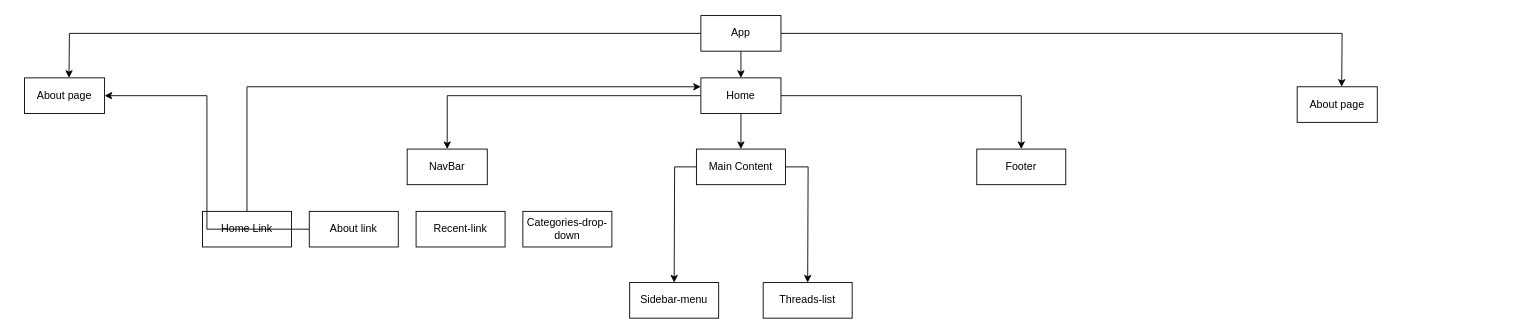
Above: Biểu đồ không có tiêu đề2.drawio in minhduc1222/code_learn (draw.io), before the change. Source tidied: cells renumbered, new cells numbered last; positions are measured from the earlier drawing's top-left corner, leaving out a move shared by most shapes. Both pictures are drawn from the tidied source at 89%, with x=0, y=0 at pixel (24, 15).
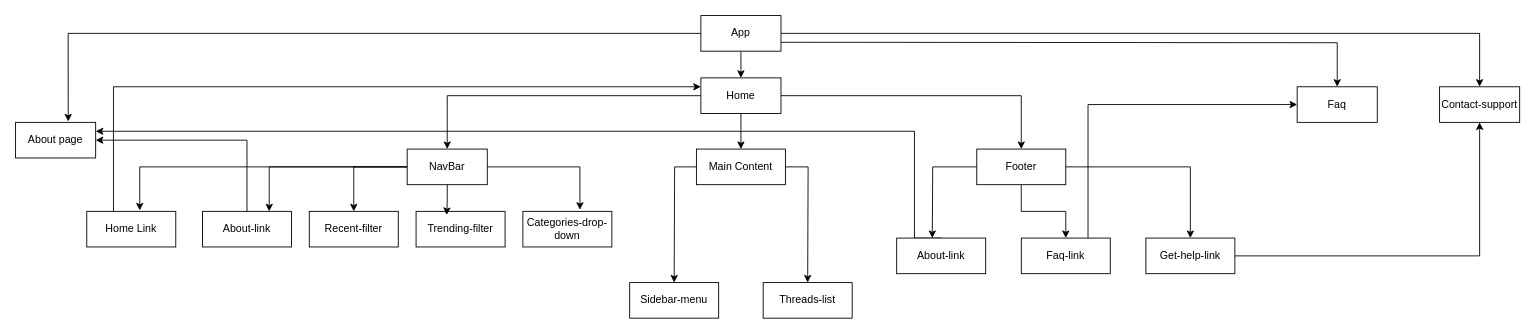
The same diagram, later.

Commit message (it also covers changes not shown here):
Cập nhật Biểu đồ không có tiêu đề2.drawio

Unchanged cells that the change refers to:
```xml
<mxCell id="5" value="Home" style="rounded=0;whiteSpace=wrap;html=1;" parent="1" vertex="1">
  <mxGeometry x="760" y="70" width="90" height="40" as="geometry" />
</mxCell>
<mxCell id="6" value="NavBar" style="rounded=0;whiteSpace=wrap;html=1;" parent="1" vertex="1">
  <mxGeometry x="430" y="150" width="90" height="40" as="geometry" />
</mxCell>
<mxCell id="10" value="App" style="rounded=0;whiteSpace=wrap;html=1;" parent="1" vertex="1">
  <mxGeometry x="760" width="90" height="40" as="geometry" />
</mxCell>
<mxCell id="13" value="Categories-drop-down" style="rounded=0;whiteSpace=wrap;html=1;" parent="1" vertex="1">
  <mxGeometry x="560" y="220" width="100" height="40" as="geometry" />
</mxCell>
<mxCell id="20" value="Footer" style="rounded=0;whiteSpace=wrap;html=1;" parent="1" vertex="1">
  <mxGeometry x="1070" y="150" width="100" height="40" as="geometry" />
</mxCell>
```

The edit, as a diff of the source:
```diff
@@
+    <mxCell id="25" style="edgeStyle=orthogonalEdgeStyle;rounded=0;jettySize=auto;html=1;entryX=0.75;entryY=0;entryDx=0;entryDy=0;" parent="1" edge="1" source="6" target="16">
+      <mxGeometry relative="1" as="geometry" />
+    </mxCell>
+    <mxCell id="26" style="edgeStyle=orthogonalEdgeStyle;rounded=0;jettySize=auto;html=1;entryX=0.5;entryY=0;entryDx=0;entryDy=0;" parent="1" edge="1" source="6" target="14">
+      <mxGeometry relative="1" as="geometry" />
+    </mxCell>
@@
-    <mxCell id="8" style="edgeStyle=orthogonalEdgeStyle;rounded=0;jettySize=auto;html=1;" parent="1" edge="1" source="10">
-      <mxGeometry relative="1" as="geometry">
-        <mxPoint x="50" y="70" as="targetPoint" />
-      </mxGeometry>
+    <mxCell id="8" style="edgeStyle=orthogonalEdgeStyle;rounded=0;jettySize=auto;html=1;entryX=0.657;entryY=-0.024;entryDx=0;entryDy=0;entryPerimeter=0;" parent="1" edge="1" source="10" target="23">
+      <mxGeometry relative="1" as="geometry" />
     </mxCell>
-    <mxCell id="9" style="edgeStyle=orthogonalEdgeStyle;rounded=0;jettySize=auto;html=1;" parent="1" edge="1" source="10">
+    <mxCell id="9" style="edgeStyle=orthogonalEdgeStyle;rounded=0;jettySize=auto;html=1;entryX=0.5;entryY=0;entryDx=0;entryDy=0;" parent="1" edge="1" target="24">
       <mxGeometry relative="1" as="geometry">
-        <mxPoint x="1480" y="80" as="targetPoint" />
+        <mxPoint x="850" y="30" as="sourcePoint" />
       </mxGeometry>
     </mxCell>
@@
-    <mxCell id="11" style="rounded=0;jettySize=auto;html=1;entryX=0;entryY=0.25;entryDx=0;entryDy=0;" parent="1" edge="1" source="12" target="5">
-      <mxGeometry relative="1" as="geometry">
-        <Array as="points">
-          <mxPoint x="250" y="80" />
-        </Array>
-      </mxGeometry>
-    </mxCell>
+    <mxCell id="27" style="edgeStyle=orthogonalEdgeStyle;rounded=0;jettySize=auto;html=1;entryX=0;entryY=0.25;entryDx=0;entryDy=0;" parent="1" edge="1" target="5">
+      <mxGeometry relative="1" as="geometry">
+        <mxPoint x="100" y="220" as="sourcePoint" />
+        <Array as="points">
+          <mxPoint x="100" y="80" />
+        </Array>
+      </mxGeometry>
+    </mxCell>
     <mxCell id="12" value="Home Link" style="rounded=0;whiteSpace=wrap;html=1;" parent="1" vertex="1">
-      <mxGeometry x="200" y="220" width="100" height="40" as="geometry" />
+      <mxGeometry x="70" y="220" width="100" height="40" as="geometry" />
     </mxCell>
@@
-    <mxCell id="14" value="Recent-link" style="rounded=0;whiteSpace=wrap;html=1;" parent="1" vertex="1">
-      <mxGeometry x="440" y="220" width="100" height="40" as="geometry" />
+    <mxCell id="14" value="Recent-filter" style="rounded=0;whiteSpace=wrap;html=1;" parent="1" vertex="1">
+      <mxGeometry x="320" y="220" width="100" height="40" as="geometry" />
     </mxCell>
     <mxCell id="15" style="edgeStyle=orthogonalEdgeStyle;rounded=0;jettySize=auto;html=1;entryX=1;entryY=0.5;entryDx=0;entryDy=0;" parent="1" edge="1" source="16" target="23">
-      <mxGeometry relative="1" as="geometry" />
+      <mxGeometry relative="1" as="geometry">
+        <Array as="points">
+          <mxPoint x="250" y="140" />
+        </Array>
+      </mxGeometry>
     </mxCell>
-    <mxCell id="16" value="About link" style="rounded=0;whiteSpace=wrap;html=1;" parent="1" vertex="1">
-      <mxGeometry x="320" y="220" width="100" height="40" as="geometry" />
+    <mxCell id="16" value="About-link" style="rounded=0;whiteSpace=wrap;html=1;" parent="1" vertex="1">
+      <mxGeometry x="200" y="220" width="100" height="40" as="geometry" />
     </mxCell>
@@
+    <mxCell id="28" style="edgeStyle=orthogonalEdgeStyle;rounded=0;jettySize=auto;html=1;" parent="1" edge="1" source="20">
+      <mxGeometry relative="1" as="geometry">
+        <mxPoint x="1020" y="250" as="targetPoint" />
+      </mxGeometry>
+    </mxCell>
+    <mxCell id="29" style="edgeStyle=orthogonalEdgeStyle;rounded=0;jettySize=auto;html=1;" parent="1" edge="1" source="20" target="34">
+      <mxGeometry relative="1" as="geometry" />
+    </mxCell>
+    <mxCell id="30" style="edgeStyle=orthogonalEdgeStyle;rounded=0;jettySize=auto;html=1;entryX=0.5;entryY=0;entryDx=0;entryDy=0;" parent="1" edge="1" source="20" target="37">
+      <mxGeometry relative="1" as="geometry" />
+    </mxCell>
@@
     <mxCell id="23" value="About page" style="rounded=0;whiteSpace=wrap;html=1;" parent="1" vertex="1">
-      <mxGeometry y="70" width="90" height="40" as="geometry" />
+      <mxGeometry x="-10" y="120" width="90" height="40" as="geometry" />
     </mxCell>
-    <mxCell id="24" value="About page" style="rounded=0;whiteSpace=wrap;html=1;" parent="1" vertex="1">
+    <mxCell id="24" value="Faq" style="rounded=0;whiteSpace=wrap;html=1;" parent="1" vertex="1">
       <mxGeometry x="1430" y="80" width="90" height="40" as="geometry" />
     </mxCell>
+    <mxCell id="31" style="edgeStyle=orthogonalEdgeStyle;rounded=0;jettySize=auto;html=1;exitX=0.5;exitY=0;exitDx=0;exitDy=0;entryX=1;entryY=0.25;entryDx=0;entryDy=0;" parent="1" edge="1" source="32" target="23">
+      <mxGeometry relative="1" as="geometry">
+        <Array as="points">
+          <mxPoint x="1000" y="250" />
+          <mxPoint x="1000" y="130" />
+        </Array>
+      </mxGeometry>
+    </mxCell>
+    <mxCell id="32" value="About-link" style="rounded=0;whiteSpace=wrap;html=1;" parent="1" vertex="1">
+      <mxGeometry x="980" y="250" width="100" height="40" as="geometry" />
+    </mxCell>
+    <mxCell id="33" style="edgeStyle=orthogonalEdgeStyle;rounded=0;jettySize=auto;html=1;exitX=0.75;exitY=0;exitDx=0;exitDy=0;entryX=0;entryY=0.5;entryDx=0;entryDy=0;" parent="1" edge="1" source="34" target="24">
+      <mxGeometry relative="1" as="geometry" />
+    </mxCell>
+    <mxCell id="34" value="Faq-link" style="rounded=0;whiteSpace=wrap;html=1;" parent="1" vertex="1">
+      <mxGeometry x="1120" y="250" width="100" height="40" as="geometry" />
+    </mxCell>
+    <mxCell id="35" value="Trending-filter" style="rounded=0;whiteSpace=wrap;html=1;" parent="1" vertex="1">
+      <mxGeometry x="440" y="220" width="100" height="40" as="geometry" />
+    </mxCell>
+    <mxCell id="36" style="edgeStyle=orthogonalEdgeStyle;rounded=0;jettySize=auto;html=1;entryX=0.5;entryY=1;entryDx=0;entryDy=0;" parent="1" edge="1" source="37" target="39">
+      <mxGeometry relative="1" as="geometry" />
+    </mxCell>
+    <mxCell id="37" value="Get-help-link" style="rounded=0;whiteSpace=wrap;html=1;" parent="1" vertex="1">
+      <mxGeometry x="1260" y="250" width="100" height="40" as="geometry" />
+    </mxCell>
+    <mxCell id="38" style="edgeStyle=orthogonalEdgeStyle;rounded=0;jettySize=auto;html=1;exitX=1;exitY=0.5;exitDx=0;exitDy=0;" parent="1" edge="1" source="10" target="39">
+      <mxGeometry relative="1" as="geometry">
+        <Array as="points">
+          <mxPoint x="1635" y="20" />
+        </Array>
+      </mxGeometry>
+    </mxCell>
+    <mxCell id="39" value="Contact-support" style="rounded=0;whiteSpace=wrap;html=1;" parent="1" vertex="1">
+      <mxGeometry x="1590" y="80" width="90" height="40" as="geometry" />
+    </mxCell>
+    <mxCell id="40" style="edgeStyle=orthogonalEdgeStyle;rounded=0;jettySize=auto;html=1;entryX=0.595;entryY=-0.025;entryDx=0;entryDy=0;entryPerimeter=0;" parent="1" edge="1" source="6" target="12">
+      <mxGeometry relative="1" as="geometry" />
+    </mxCell>
+    <mxCell id="41" style="edgeStyle=orthogonalEdgeStyle;rounded=0;jettySize=auto;html=1;entryX=0.343;entryY=0.102;entryDx=0;entryDy=0;entryPerimeter=0;" parent="1" edge="1" source="6" target="35">
+      <mxGeometry relative="1" as="geometry" />
+    </mxCell>
+    <mxCell id="42" style="edgeStyle=orthogonalEdgeStyle;rounded=0;jettySize=auto;html=1;entryX=0.641;entryY=-0.043;entryDx=0;entryDy=0;entryPerimeter=0;" parent="1" edge="1" source="6" target="13">
+      <mxGeometry relative="1" as="geometry" />
+    </mxCell>
```
